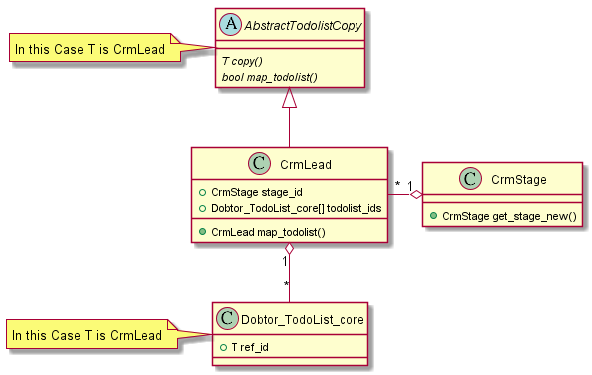
This is dobtor_todolist_crm_opportunity/doc/uml.png from Dobtor/ProductivityTools, a PlantUML export, as it was before one commit.
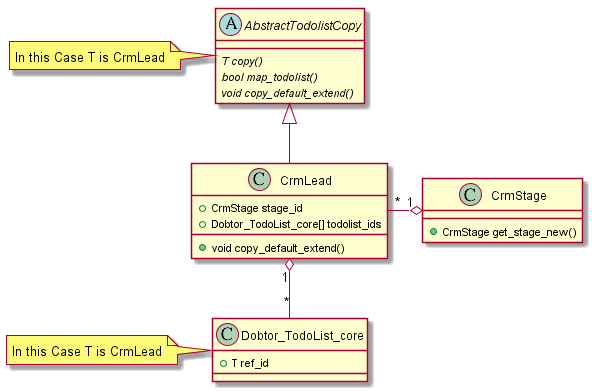
The same diagram one commit later.

Commit message:
[REF] todolist : using form template method to reuse code

What changed in the source:
```diff
@@ -2,12 +2,13 @@
 abstract class AbstractTodolistCopy {
     {abstract} T copy()
     {abstract} bool map_todolist()
+    {abstract} void copy_default_extend()
 }
 note left: In this Case T is CrmLead
 
 Class CrmLead {
     + CrmStage stage_id
-    + CrmLead map_todolist()
+    + void copy_default_extend()
     + Dobtor_TodoList_core[] todolist_ids
 }
 
```
